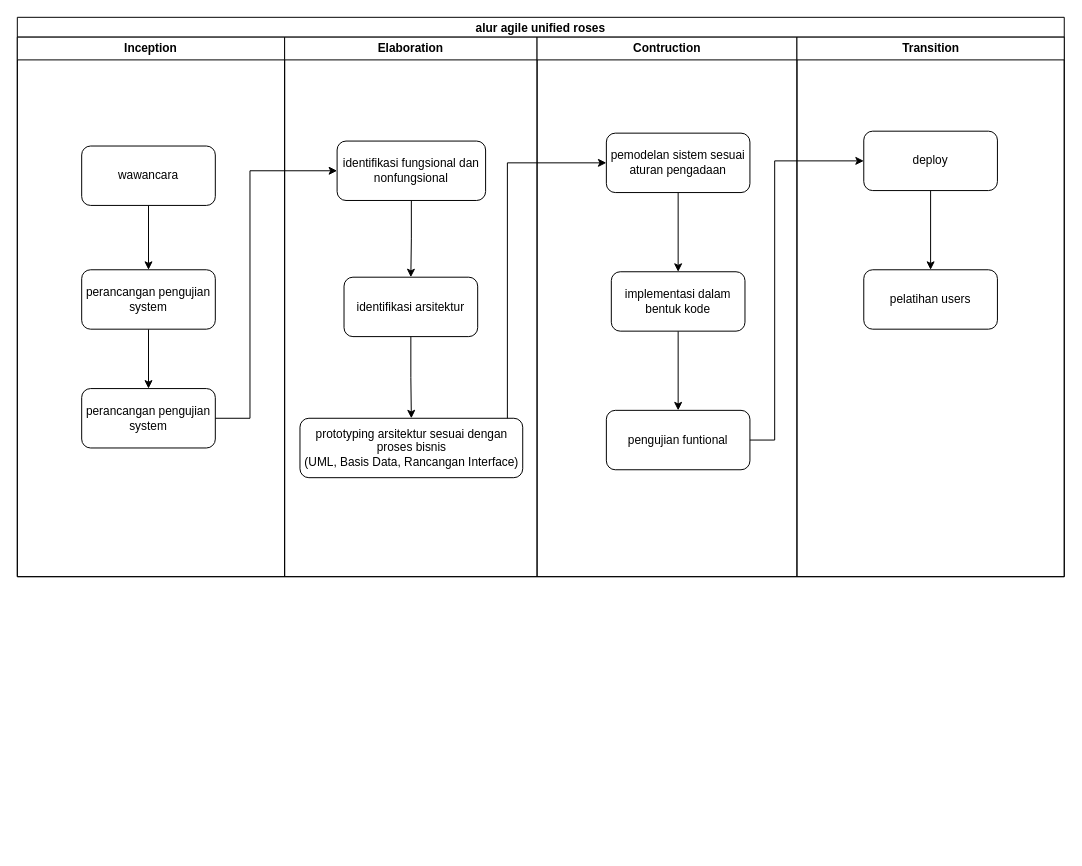
Earlier version of the draw.io diagram page "ALUR AUP" (2 of 41) of public/Untitled Diagram.drawio (alinurd/simpanPinjam). Source tidied: cells renumbered, new cells numbered last; positions are measured from the earlier drawing's top-left corner, leaving out a move shared by most shapes. Both pictures are drawn from the tidied source at 99%, with x=0, y=0 at pixel (17, 17).
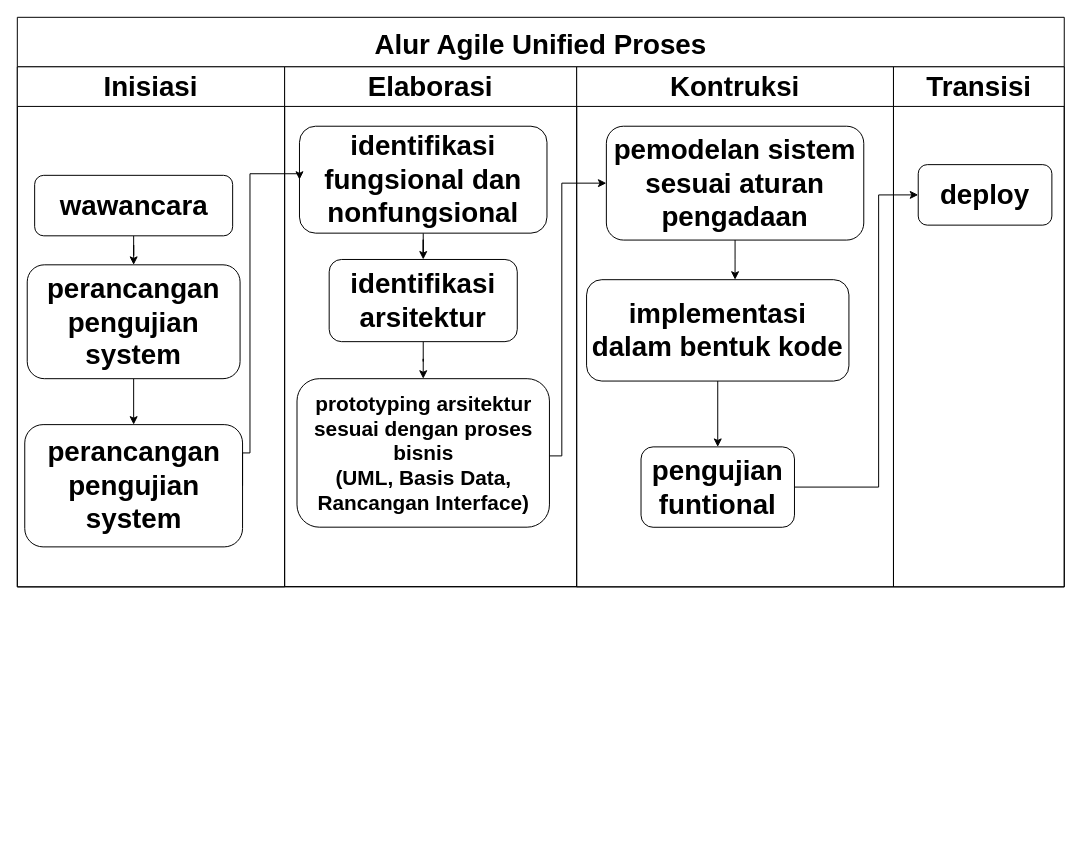
Above is the later version.

The edit, as a diff of the source:
```diff
@@
-    <mxCell id="2" style="group;" parent="1" vertex="1">
-      <mxGeometry width="1057.5" height="825" as="geometry" />
+    <mxCell id="2" style="group;fontSize=28;verticalAlign=middle;fontStyle=1;" parent="1" vertex="1">
+      <mxGeometry width="1057.5" height="840" as="geometry" />
     </mxCell>
-    <mxCell id="3" value="alur agile unified roses" style="swimlane;startSize=20;horizontal=1;containerType=tree;" parent="2" vertex="1">
-      <mxGeometry width="1057.5" height="565" as="geometry" />
+    <mxCell id="3" value="Alur Agile Unified Proses" style="swimlane;startSize=50;horizontal=1;containerType=tree;fontSize=28;verticalAlign=middle;fontStyle=1;" parent="2" vertex="1">
+      <mxGeometry width="1057.5" height="575.3" as="geometry" />
     </mxCell>
-    <mxCell id="4" value="Inception" style="swimlane;whiteSpace=wrap;html=1;" parent="3" vertex="1">
-      <mxGeometry y="20" width="270" height="545" as="geometry" />
+    <mxCell id="4" value="&lt;div&gt;Inisiasi&lt;/div&gt;" style="swimlane;whiteSpace=wrap;html=1;startSize=40;fontSize=28;verticalAlign=middle;fontStyle=1;" parent="3" vertex="1">
+      <mxGeometry y="50" width="270" height="525.3" as="geometry" />
     </mxCell>
@@
-    <mxCell id="6" value="&lt;div&gt;wawancara&lt;/div&gt;" style="rounded=1;whiteSpace=wrap;html=1;" parent="4" vertex="1">
-      <mxGeometry x="65" y="110" width="135" height="60" as="geometry" />
+    <mxCell id="6" value="&lt;div style=&quot;font-size: 28px;&quot;&gt;wawancara&lt;/div&gt;" style="rounded=1;whiteSpace=wrap;html=1;fontSize=28;verticalAlign=middle;fontStyle=1;" parent="4" vertex="1">
+      <mxGeometry x="17.5" y="109.6" width="200" height="61.1" as="geometry" />
     </mxCell>
-    <mxCell id="7" style="edgeStyle=orthogonalEdgeStyle;rounded=0;jettySize=auto;html=1;" parent="4" edge="1" source="8" target="9">
+    <mxCell id="7" style="edgeStyle=orthogonalEdgeStyle;rounded=0;jettySize=auto;html=1;fontSize=28;verticalAlign=middle;fontStyle=1;" parent="4" edge="1" source="8" target="9">
       <mxGeometry relative="1" as="geometry" />
     </mxCell>
-    <mxCell id="8" value="perancangan pengujian system" style="rounded=1;whiteSpace=wrap;html=1;" parent="4" vertex="1">
-      <mxGeometry x="65" y="235" width="135" height="60" as="geometry" />
+    <mxCell id="8" value="perancangan pengujian system" style="rounded=1;whiteSpace=wrap;html=1;fontSize=28;verticalAlign=middle;fontStyle=1;" parent="4" vertex="1">
+      <mxGeometry x="10" y="200" width="215" height="115" as="geometry" />
     </mxCell>
-    <mxCell id="9" value="perancangan pengujian system" style="rounded=1;whiteSpace=wrap;html=1;" parent="4" vertex="1">
-      <mxGeometry x="65" y="355" width="135" height="60" as="geometry" />
+    <mxCell id="9" value="perancangan pengujian system" style="rounded=1;whiteSpace=wrap;html=1;fontSize=28;verticalAlign=middle;fontStyle=1;" parent="4" vertex="1">
+      <mxGeometry x="7.5" y="361.4" width="220" height="123.5" as="geometry" />
     </mxCell>
-    <mxCell id="10" value="Elaboration" style="swimlane;whiteSpace=wrap;html=1;" parent="3" vertex="1">
-      <mxGeometry x="270" y="20" width="255" height="545" as="geometry" />
+    <mxCell id="10" value="Elaborasi" style="swimlane;whiteSpace=wrap;html=1;fontSize=28;verticalAlign=middle;fontStyle=1;startSize=40;" parent="3" vertex="1">
+      <mxGeometry x="270" y="50" width="295" height="525" as="geometry" />
     </mxCell>
-    <mxCell id="11" style="edgeStyle=orthogonalEdgeStyle;rounded=0;jettySize=auto;html=1;" parent="10" edge="1" source="12" target="14">
+    <mxCell id="11" style="edgeStyle=orthogonalEdgeStyle;rounded=0;jettySize=auto;html=1;fontSize=28;verticalAlign=middle;fontStyle=1;" parent="10" edge="1" source="12" target="14">
       <mxGeometry relative="1" as="geometry" />
     </mxCell>
-    <mxCell id="12" value="identifikasi fungsional dan nonfungsional" style="rounded=1;whiteSpace=wrap;html=1;" parent="10" vertex="1">
-      <mxGeometry x="53" y="105" width="150" height="60" as="geometry" />
+    <mxCell id="12" value="identifikasi fungsional dan nonfungsional" style="rounded=1;whiteSpace=wrap;html=1;fontSize=28;verticalAlign=middle;fontStyle=1;" parent="10" vertex="1">
+      <mxGeometry x="15" y="60" width="250" height="108" as="geometry" />
     </mxCell>
-    <mxCell id="13" style="edgeStyle=orthogonalEdgeStyle;rounded=0;jettySize=auto;html=1;" parent="10" edge="1" source="14" target="15">
+    <mxCell id="13" style="edgeStyle=orthogonalEdgeStyle;rounded=0;jettySize=auto;html=1;fontSize=28;verticalAlign=middle;fontStyle=1;" parent="10" edge="1" source="14" target="15">
       <mxGeometry relative="1" as="geometry" />
     </mxCell>
-    <mxCell id="14" value="&lt;div&gt;identifikasi arsitektur&lt;/div&gt;" style="rounded=1;whiteSpace=wrap;html=1;" parent="10" vertex="1">
-      <mxGeometry x="60" y="242.5" width="135" height="60" as="geometry" />
+    <mxCell id="14" value="&lt;div style=&quot;font-size: 28px;&quot;&gt;identifikasi arsitektur&lt;/div&gt;" style="rounded=1;whiteSpace=wrap;html=1;fontSize=28;verticalAlign=middle;fontStyle=1;" parent="10" vertex="1">
+      <mxGeometry x="45" y="194.6" width="190" height="83" as="geometry" />
     </mxCell>
-    <mxCell id="15" value="&lt;div&gt;prototyping arsitektur sesuai dengan proses bisnis&lt;/div&gt;&lt;div&gt;(UML, Basis Data, Rancangan Interface)&lt;/div&gt;" style="rounded=1;whiteSpace=wrap;html=1;" parent="10" vertex="1">
-      <mxGeometry x="15.5" y="385" width="225" height="60" as="geometry" />
+    <mxCell id="15" value="&lt;div style=&quot;font-size: 21px;&quot;&gt;prototyping arsitektur sesuai dengan proses bisnis&lt;/div&gt;&lt;div style=&quot;font-size: 21px;&quot;&gt;(UML, Basis Data, Rancangan Interface)&lt;/div&gt;" style="rounded=1;whiteSpace=wrap;html=1;fontSize=21;verticalAlign=middle;fontStyle=1;" parent="10" vertex="1">
+      <mxGeometry x="12.5" y="315" width="255" height="150" as="geometry" />
     </mxCell>
-    <mxCell id="16" value="Contruction" style="swimlane;whiteSpace=wrap;html=1;" parent="3" vertex="1">
-      <mxGeometry x="525" y="20" width="262.5" height="545" as="geometry" />
+    <mxCell id="16" value="Kontruksi" style="swimlane;whiteSpace=wrap;html=1;fontSize=28;verticalAlign=middle;fontStyle=1;startSize=40;" parent="3" vertex="1">
+      <mxGeometry x="565" y="50" width="320" height="525.3" as="geometry" />
     </mxCell>
-    <mxCell id="17" style="edgeStyle=orthogonalEdgeStyle;rounded=0;jettySize=auto;html=1;" parent="16" edge="1" source="18" target="20">
-      <mxGeometry relative="1" as="geometry" />
-    </mxCell>
+    <mxCell id="29" style="edgeStyle=orthogonalEdgeStyle;rounded=0;jettySize=auto;html=1;" parent="16" edge="1" source="18">
+      <mxGeometry relative="1" as="geometry">
+        <mxPoint x="160" y="215" as="targetPoint" />
+      </mxGeometry>
+    </mxCell>
-    <mxCell id="18" value="pemodelan sistem sesuai aturan pengadaan" style="rounded=1;whiteSpace=wrap;html=1;" parent="16" vertex="1">
-      <mxGeometry x="70" y="97" width="145" height="60" as="geometry" />
+    <mxCell id="18" value="pemodelan sistem sesuai aturan pengadaan" style="rounded=1;whiteSpace=wrap;html=1;fontSize=28;verticalAlign=middle;fontStyle=1;" parent="16" vertex="1">
+      <mxGeometry x="30" y="60" width="260" height="115" as="geometry" />
     </mxCell>
-    <mxCell id="19" style="edgeStyle=orthogonalEdgeStyle;rounded=0;jettySize=auto;html=1;" parent="16" edge="1" source="20" target="21">
+    <mxCell id="19" style="edgeStyle=orthogonalEdgeStyle;rounded=0;jettySize=auto;html=1;fontSize=28;verticalAlign=middle;fontStyle=1;" parent="16" edge="1" source="20" target="21">
       <mxGeometry relative="1" as="geometry" />
     </mxCell>
-    <mxCell id="20" value="implementasi dalam bentuk kode" style="rounded=1;whiteSpace=wrap;html=1;" parent="16" vertex="1">
-      <mxGeometry x="75" y="237" width="135" height="60" as="geometry" />
+    <mxCell id="20" value="implementasi dalam bentuk kode" style="rounded=1;whiteSpace=wrap;html=1;fontSize=28;verticalAlign=middle;fontStyle=1;" parent="16" vertex="1">
+      <mxGeometry x="10" y="215" width="265" height="102.4" as="geometry" />
     </mxCell>
-    <mxCell id="21" value="pengujian funtional" style="rounded=1;whiteSpace=wrap;html=1;" parent="16" vertex="1">
-      <mxGeometry x="70" y="377" width="145" height="60" as="geometry" />
+    <mxCell id="21" value="pengujian funtional" style="rounded=1;whiteSpace=wrap;html=1;fontSize=28;verticalAlign=middle;fontStyle=1;" parent="16" vertex="1">
+      <mxGeometry x="65" y="383.9" width="155" height="81.2" as="geometry" />
     </mxCell>
-    <mxCell id="22" value="Transition" style="swimlane;whiteSpace=wrap;html=1;" parent="3" vertex="1">
-      <mxGeometry x="787.5" y="20" width="270" height="545" as="geometry" />
+    <mxCell id="22" value="Transisi" style="swimlane;whiteSpace=wrap;html=1;fontSize=28;verticalAlign=middle;fontStyle=1;startSize=40;" parent="3" vertex="1">
+      <mxGeometry x="885" y="50" width="172.5" height="525.3" as="geometry" />
     </mxCell>
-    <mxCell id="23" style="edgeStyle=orthogonalEdgeStyle;rounded=0;jettySize=auto;html=1;" parent="22" edge="1" source="24" target="25">
-      <mxGeometry relative="1" as="geometry" />
-    </mxCell>
-    <mxCell id="24" value="deploy" style="rounded=1;whiteSpace=wrap;html=1;" parent="22" vertex="1">
-      <mxGeometry x="67.5" y="95" width="135" height="60" as="geometry" />
+    <mxCell id="24" value="deploy" style="rounded=1;whiteSpace=wrap;html=1;fontSize=28;verticalAlign=middle;fontStyle=1;" parent="22" vertex="1">
+      <mxGeometry x="25" y="98.8" width="135" height="61.1" as="geometry" />
     </mxCell>
-    <mxCell id="25" value="pelatihan users" style="rounded=1;whiteSpace=wrap;html=1;" parent="22" vertex="1">
-      <mxGeometry x="67.5" y="235" width="135" height="60" as="geometry" />
-    </mxCell>
-    <mxCell id="26" style="edgeStyle=orthogonalEdgeStyle;rounded=0;jettySize=auto;html=1;entryX=0;entryY=0.5;entryDx=0;entryDy=0;exitX=1;exitY=0.5;exitDx=0;exitDy=0;" parent="3" edge="1" source="9" target="12">
+    <mxCell id="26" style="edgeStyle=orthogonalEdgeStyle;rounded=0;jettySize=auto;html=1;entryX=0;entryY=0.5;entryDx=0;entryDy=0;exitX=1;exitY=0.5;exitDx=0;exitDy=0;fontSize=28;verticalAlign=middle;fontStyle=1;" parent="3" edge="1" source="9" target="12">
       <mxGeometry relative="1" as="geometry">
         <Array as="points">
-          <mxPoint x="235" y="405" />
-          <mxPoint x="235" y="155" />
+          <mxPoint x="227" y="440" />
+          <mxPoint x="235" y="440" />
+          <mxPoint x="235" y="158" />
         </Array>
       </mxGeometry>
     </mxCell>
-    <mxCell id="27" style="edgeStyle=orthogonalEdgeStyle;rounded=0;jettySize=auto;html=1;entryX=0;entryY=0.5;entryDx=0;entryDy=0;" parent="3" edge="1" source="15" target="18">
+    <mxCell id="27" style="edgeStyle=orthogonalEdgeStyle;rounded=0;jettySize=auto;html=1;entryX=0;entryY=0.5;entryDx=0;entryDy=0;fontSize=28;verticalAlign=middle;fontStyle=1;" parent="3" edge="1" source="15" target="18">
       <mxGeometry relative="1" as="geometry">
         <Array as="points">
-          <mxPoint x="495" y="435" />
-          <mxPoint x="495" y="147" />
+          <mxPoint x="550" y="443" />
+          <mxPoint x="550" y="167" />
         </Array>
       </mxGeometry>
     </mxCell>
-    <mxCell id="28" style="edgeStyle=orthogonalEdgeStyle;rounded=0;jettySize=auto;html=1;entryX=0;entryY=0.5;entryDx=0;entryDy=0;" parent="3" edge="1" source="21" target="24">
+    <mxCell id="28" style="edgeStyle=orthogonalEdgeStyle;rounded=0;jettySize=auto;html=1;entryX=0;entryY=0.5;entryDx=0;entryDy=0;fontSize=28;verticalAlign=middle;fontStyle=1;exitX=1;exitY=0.5;exitDx=0;exitDy=0;" parent="3" edge="1" source="21" target="24">
       <mxGeometry relative="1" as="geometry">
         <Array as="points">
-          <mxPoint x="765" y="427" />
-          <mxPoint x="765" y="145" />
+          <mxPoint x="870" y="474" />
+          <mxPoint x="870" y="179" />
         </Array>
       </mxGeometry>
     </mxCell>
```
